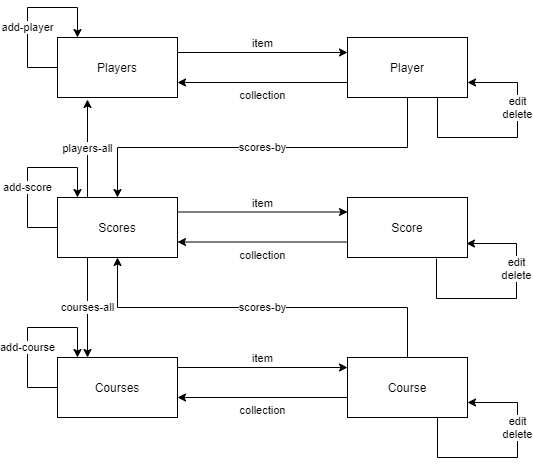
Earlier version of the draw.io export uploads/restful_api_state_diagram.png (jrintamaki/PWP). Source tidied: cells renumbered, new cells last; positions are measured from the earlier drawing's top-left corner, leaving out a move shared by most shapes. Its diagram source:
```xml
<mxGraphModel>
  <root>
    <mxCell id="0" />
    <mxCell id="1" parent="0" />
    <mxCell id="2" value="Scores" style="rounded=0;whiteSpace=wrap;html=1;" parent="1" vertex="1">
      <mxGeometry x="30" y="190" width="120" height="60" as="geometry" />
    </mxCell>
    <mxCell id="3" value="Score" style="rounded=0;whiteSpace=wrap;html=1;" parent="1" vertex="1">
      <mxGeometry x="320" y="190" width="120" height="60" as="geometry" />
    </mxCell>
    <mxCell id="4" value="Player" style="rounded=0;whiteSpace=wrap;html=1;" parent="1" vertex="1">
      <mxGeometry x="320" y="30" width="120" height="60" as="geometry" />
    </mxCell>
    <mxCell id="5" value="Players" style="rounded=0;whiteSpace=wrap;html=1;" parent="1" vertex="1">
      <mxGeometry x="30" y="30" width="120" height="60" as="geometry" />
    </mxCell>
    <mxCell id="6" value="Courses" style="rounded=0;whiteSpace=wrap;html=1;" parent="1" vertex="1">
      <mxGeometry x="30" y="350" width="120" height="60" as="geometry" />
    </mxCell>
    <mxCell id="7" value="Course" style="rounded=0;whiteSpace=wrap;html=1;" parent="1" vertex="1">
      <mxGeometry x="320" y="350" width="120" height="60" as="geometry" />
    </mxCell>
    <mxCell id="8" value="collection" style="edgeStyle=orthogonalEdgeStyle;rounded=0;jettySize=auto;html=1;exitX=0;exitY=0.75;exitDx=0;exitDy=0;entryX=1;entryY=0.75;entryDx=0;entryDy=0;fontSize=11;verticalAlign=top;" parent="1" edge="1" target="5">
      <mxGeometry relative="1" as="geometry">
        <mxPoint x="320" y="75" as="sourcePoint" />
      </mxGeometry>
    </mxCell>
    <mxCell id="9" value="item" style="edgeStyle=orthogonalEdgeStyle;rounded=0;jettySize=auto;html=1;exitX=1;exitY=0.25;exitDx=0;exitDy=0;entryX=0;entryY=0.25;entryDx=0;entryDy=0;fontSize=11;verticalAlign=bottom;" parent="1" edge="1" source="5">
      <mxGeometry relative="1" as="geometry">
        <mxPoint x="320" y="45" as="targetPoint" />
      </mxGeometry>
    </mxCell>
    <mxCell id="10" value="item" style="edgeStyle=orthogonalEdgeStyle;rounded=0;orthogonalLoop=1;jettySize=auto;html=1;exitX=1;exitY=0.25;exitDx=0;exitDy=0;entryX=0;entryY=0.25;entryDx=0;entryDy=0;fontSize=11;verticalAlign=bottom;" parent="1" edge="1">
      <mxGeometry relative="1" as="geometry">
        <mxPoint x="150" y="360" as="sourcePoint" />
        <mxPoint x="320" y="360" as="targetPoint" />
      </mxGeometry>
    </mxCell>
    <mxCell id="11" value="collection" style="edgeStyle=orthogonalEdgeStyle;rounded=0;orthogonalLoop=1;jettySize=auto;html=1;exitX=0;exitY=0.75;exitDx=0;exitDy=0;entryX=1;entryY=0.75;entryDx=0;entryDy=0;fontSize=11;verticalAlign=top;" parent="1" edge="1">
      <mxGeometry relative="1" as="geometry">
        <mxPoint x="320" y="390" as="sourcePoint" />
        <mxPoint x="150" y="390" as="targetPoint" />
      </mxGeometry>
    </mxCell>
    <mxCell id="12" value="collection" style="edgeStyle=orthogonalEdgeStyle;rounded=0;orthogonalLoop=1;jettySize=auto;html=1;exitX=0;exitY=0.75;exitDx=0;exitDy=0;entryX=1;entryY=0.75;entryDx=0;entryDy=0;fontSize=11;verticalAlign=top;" parent="1" edge="1">
      <mxGeometry relative="1" as="geometry">
        <mxPoint x="320" y="234.5" as="sourcePoint" />
        <mxPoint x="150" y="234.5" as="targetPoint" />
      </mxGeometry>
    </mxCell>
    <mxCell id="13" value="item" style="edgeStyle=orthogonalEdgeStyle;rounded=0;orthogonalLoop=1;jettySize=auto;html=1;exitX=1;exitY=0.25;exitDx=0;exitDy=0;entryX=0;entryY=0.25;entryDx=0;entryDy=0;fontSize=11;verticalAlign=bottom;" parent="1" edge="1">
      <mxGeometry relative="1" as="geometry">
        <mxPoint x="150" y="204.5" as="sourcePoint" />
        <mxPoint x="320" y="204.5" as="targetPoint" />
      </mxGeometry>
    </mxCell>
    <mxCell id="14" value="add-score" style="endArrow=classic;html=1;fontSize=11;rounded=0;exitX=0;exitY=0.5;exitDx=0;exitDy=0;" parent="1" edge="1" source="2">
      <mxGeometry x="-0.18" relative="1" as="geometry">
        <mxPoint x="50" y="190" as="targetPoint" />
        <Array as="points">
          <mxPoint y="220" />
          <mxPoint y="160" />
          <mxPoint x="50" y="160" />
        </Array>
      </mxGeometry>
    </mxCell>
    <mxCell id="15" value="add-player" style="endArrow=classic;html=1;fontSize=11;rounded=0;exitX=0;exitY=0.5;exitDx=0;exitDy=0;" parent="1" edge="1">
      <mxGeometry x="-0.18" relative="1" as="geometry">
        <mxPoint x="30" y="60" as="sourcePoint" />
        <mxPoint x="50" y="30" as="targetPoint" />
        <Array as="points">
          <mxPoint y="60" />
          <mxPoint />
          <mxPoint x="50" />
        </Array>
      </mxGeometry>
    </mxCell>
    <mxCell id="16" value="add-course" style="endArrow=classic;html=1;fontSize=11;rounded=0;exitX=0;exitY=0.5;exitDx=0;exitDy=0;" parent="1" edge="1">
      <mxGeometry x="-0.18" relative="1" as="geometry">
        <mxPoint x="30" y="380" as="sourcePoint" />
        <mxPoint x="50" y="350" as="targetPoint" />
        <Array as="points">
          <mxPoint y="380" />
          <mxPoint y="320" />
          <mxPoint x="50" y="320" />
        </Array>
      </mxGeometry>
    </mxCell>
    <mxCell id="17" value="scores-by" style="endArrow=classic;html=1;fontSize=11;rounded=0;entryX=0.5;entryY=0;entryDx=0;entryDy=0;exitX=0.5;exitY=1;exitDx=0;exitDy=0;" parent="1" edge="1" source="4" target="2">
      <mxGeometry relative="1" as="geometry">
        <Array as="points">
          <mxPoint x="380" y="140" />
          <mxPoint x="90" y="140" />
        </Array>
      </mxGeometry>
    </mxCell>
    <mxCell id="18" value="scores-by" style="endArrow=classic;html=1;fontSize=11;rounded=0;entryX=0.5;entryY=1;entryDx=0;entryDy=0;exitX=0.5;exitY=0;exitDx=0;exitDy=0;" parent="1" edge="1" source="7" target="2">
      <mxGeometry relative="1" as="geometry">
        <Array as="points">
          <mxPoint x="380" y="300" />
          <mxPoint x="90" y="300" />
        </Array>
      </mxGeometry>
    </mxCell>
    <mxCell id="19" value="edit&lt;br&gt;delete" style="endArrow=classic;html=1;fontSize=11;exitX=0.75;exitY=1;exitDx=0;exitDy=0;rounded=0;entryX=1;entryY=0.75;entryDx=0;entryDy=0;" parent="1" edge="1" source="7" target="7">
      <mxGeometry x="0.33" relative="1" as="geometry">
        <Array as="points">
          <mxPoint x="410" y="450" />
          <mxPoint x="490" y="450" />
          <mxPoint x="490" y="395" />
        </Array>
      </mxGeometry>
    </mxCell>
    <mxCell id="20" value="edit&lt;br&gt;delete" style="endArrow=classic;html=1;fontSize=11;exitX=0.75;exitY=1;exitDx=0;exitDy=0;rounded=0;entryX=1;entryY=0.75;entryDx=0;entryDy=0;" parent="1" edge="1">
      <mxGeometry x="0.33" relative="1" as="geometry">
        <mxPoint x="409" y="251" as="sourcePoint" />
        <mxPoint x="439" y="236" as="targetPoint" />
        <Array as="points">
          <mxPoint x="409" y="291" />
          <mxPoint x="489" y="291" />
          <mxPoint x="489" y="236" />
        </Array>
      </mxGeometry>
    </mxCell>
    <mxCell id="21" value="edit&lt;br&gt;delete" style="endArrow=classic;html=1;fontSize=11;exitX=0.75;exitY=1;exitDx=0;exitDy=0;rounded=0;entryX=1;entryY=0.75;entryDx=0;entryDy=0;" parent="1" edge="1">
      <mxGeometry x="0.33" relative="1" as="geometry">
        <mxPoint x="410" y="90" as="sourcePoint" />
        <mxPoint x="440" y="75" as="targetPoint" />
        <Array as="points">
          <mxPoint x="410" y="130" />
          <mxPoint x="490" y="130" />
          <mxPoint x="490" y="75" />
        </Array>
      </mxGeometry>
    </mxCell>
    <mxCell id="22" value="courses-all" style="endArrow=classic;html=1;fontSize=11;exitX=0.25;exitY=1;exitDx=0;exitDy=0;entryX=0.25;entryY=0;entryDx=0;entryDy=0;" parent="1" edge="1" source="2" target="6">
      <mxGeometry relative="1" as="geometry" />
    </mxCell>
    <mxCell id="23" value="players-all" style="endArrow=classic;html=1;fontSize=11;exitX=0.25;exitY=0;exitDx=0;exitDy=0;" parent="1" edge="1" source="2">
      <mxGeometry relative="1" as="geometry">
        <mxPoint x="60" y="92" as="targetPoint" />
      </mxGeometry>
    </mxCell>
  </root>
</mxGraphModel>
```
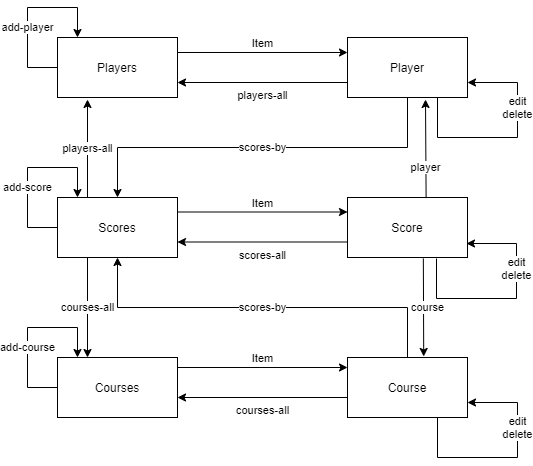
After the commit.

The edit, as a diff of the source:
```diff
@@ -20,35 +20,35 @@
     <mxCell id="7" value="Course" style="rounded=0;whiteSpace=wrap;html=1;" parent="1" vertex="1">
       <mxGeometry x="320" y="350" width="120" height="60" as="geometry" />
     </mxCell>
-    <mxCell id="8" value="collection" style="edgeStyle=orthogonalEdgeStyle;rounded=0;jettySize=auto;html=1;exitX=0;exitY=0.75;exitDx=0;exitDy=0;entryX=1;entryY=0.75;entryDx=0;entryDy=0;fontSize=11;verticalAlign=top;" parent="1" edge="1" target="5">
+    <mxCell id="8" value="players-all" style="edgeStyle=orthogonalEdgeStyle;rounded=0;jettySize=auto;html=1;exitX=0;exitY=0.75;exitDx=0;exitDy=0;entryX=1;entryY=0.75;entryDx=0;entryDy=0;fontSize=11;verticalAlign=top;" parent="1" edge="1" target="5">
       <mxGeometry relative="1" as="geometry">
         <mxPoint x="320" y="75" as="sourcePoint" />
       </mxGeometry>
     </mxCell>
-    <mxCell id="9" value="item" style="edgeStyle=orthogonalEdgeStyle;rounded=0;jettySize=auto;html=1;exitX=1;exitY=0.25;exitDx=0;exitDy=0;entryX=0;entryY=0.25;entryDx=0;entryDy=0;fontSize=11;verticalAlign=bottom;" parent="1" edge="1" source="5">
+    <mxCell id="9" value="Item" style="edgeStyle=orthogonalEdgeStyle;rounded=0;jettySize=auto;html=1;exitX=1;exitY=0.25;exitDx=0;exitDy=0;entryX=0;entryY=0.25;entryDx=0;entryDy=0;fontSize=11;verticalAlign=bottom;" parent="1" edge="1" source="5">
       <mxGeometry relative="1" as="geometry">
         <mxPoint x="320" y="45" as="targetPoint" />
       </mxGeometry>
     </mxCell>
-    <mxCell id="10" value="item" style="edgeStyle=orthogonalEdgeStyle;rounded=0;orthogonalLoop=1;jettySize=auto;html=1;exitX=1;exitY=0.25;exitDx=0;exitDy=0;entryX=0;entryY=0.25;entryDx=0;entryDy=0;fontSize=11;verticalAlign=bottom;" parent="1" edge="1">
+    <mxCell id="10" value="Item" style="edgeStyle=orthogonalEdgeStyle;rounded=0;orthogonalLoop=1;jettySize=auto;html=1;exitX=1;exitY=0.25;exitDx=0;exitDy=0;entryX=0;entryY=0.25;entryDx=0;entryDy=0;fontSize=11;verticalAlign=bottom;" parent="1" edge="1">
       <mxGeometry relative="1" as="geometry">
         <mxPoint x="150" y="360" as="sourcePoint" />
         <mxPoint x="320" y="360" as="targetPoint" />
       </mxGeometry>
     </mxCell>
-    <mxCell id="11" value="collection" style="edgeStyle=orthogonalEdgeStyle;rounded=0;orthogonalLoop=1;jettySize=auto;html=1;exitX=0;exitY=0.75;exitDx=0;exitDy=0;entryX=1;entryY=0.75;entryDx=0;entryDy=0;fontSize=11;verticalAlign=top;" parent="1" edge="1">
+    <mxCell id="11" value="courses-all" style="edgeStyle=orthogonalEdgeStyle;rounded=0;orthogonalLoop=1;jettySize=auto;html=1;exitX=0;exitY=0.75;exitDx=0;exitDy=0;entryX=1;entryY=0.75;entryDx=0;entryDy=0;fontSize=11;verticalAlign=top;" parent="1" edge="1">
       <mxGeometry relative="1" as="geometry">
         <mxPoint x="320" y="390" as="sourcePoint" />
         <mxPoint x="150" y="390" as="targetPoint" />
       </mxGeometry>
     </mxCell>
-    <mxCell id="12" value="collection" style="edgeStyle=orthogonalEdgeStyle;rounded=0;orthogonalLoop=1;jettySize=auto;html=1;exitX=0;exitY=0.75;exitDx=0;exitDy=0;entryX=1;entryY=0.75;entryDx=0;entryDy=0;fontSize=11;verticalAlign=top;" parent="1" edge="1">
+    <mxCell id="12" value="scores-all" style="edgeStyle=orthogonalEdgeStyle;rounded=0;orthogonalLoop=1;jettySize=auto;html=1;exitX=0;exitY=0.75;exitDx=0;exitDy=0;entryX=1;entryY=0.75;entryDx=0;entryDy=0;fontSize=11;verticalAlign=top;" parent="1" edge="1">
       <mxGeometry relative="1" as="geometry">
         <mxPoint x="320" y="234.5" as="sourcePoint" />
         <mxPoint x="150" y="234.5" as="targetPoint" />
       </mxGeometry>
     </mxCell>
-    <mxCell id="13" value="item" style="edgeStyle=orthogonalEdgeStyle;rounded=0;orthogonalLoop=1;jettySize=auto;html=1;exitX=1;exitY=0.25;exitDx=0;exitDy=0;entryX=0;entryY=0.25;entryDx=0;entryDy=0;fontSize=11;verticalAlign=bottom;" parent="1" edge="1">
+    <mxCell id="13" value="Item" style="edgeStyle=orthogonalEdgeStyle;rounded=0;orthogonalLoop=1;jettySize=auto;html=1;exitX=1;exitY=0.25;exitDx=0;exitDy=0;entryX=0;entryY=0.25;entryDx=0;entryDy=0;fontSize=11;verticalAlign=bottom;" parent="1" edge="1">
       <mxGeometry relative="1" as="geometry">
         <mxPoint x="150" y="204.5" as="sourcePoint" />
         <mxPoint x="320" y="204.5" as="targetPoint" />
@@ -141,5 +141,13 @@
         <mxPoint x="60" y="92" as="targetPoint" />
       </mxGeometry>
     </mxCell>
+    <mxCell id="24" value="player" style="endArrow=classic;html=1;exitX=0.655;exitY=-0.01;exitDx=0;exitDy=0;exitPerimeter=0;" parent="1" edge="1" source="3">
+      <mxGeometry x="-0.4" relative="1" as="geometry">
+        <mxPoint x="398" y="92" as="targetPoint" />
+      </mxGeometry>
+    </mxCell>
+    <mxCell id="25" value="course" style="endArrow=classic;html=1;entryX=0.635;entryY=-0.017;entryDx=0;entryDy=0;entryPerimeter=0;exitX=0.632;exitY=1.017;exitDx=0;exitDy=0;exitPerimeter=0;" parent="1" edge="1" source="3" target="7">
+      <mxGeometry y="4" relative="1" as="geometry" />
+    </mxCell>
   </root>
 </mxGraphModel>
```
